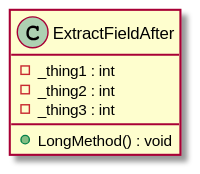
claremacrae/RefactoringSamples keeps this PlantUML diagram as uml/Extract/After/ExtractFieldAfter.svg. Above is the earlier version. The source it was exported from:
```plantuml
@startuml
class ExtractFieldAfter {
    - _thing1 : int
    - _thing2 : int
    - _thing3 : int
    + LongMethod() : void
}
@enduml
```
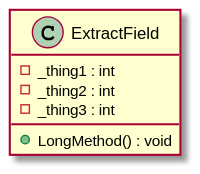
After the commit.

Commit message:
Remove Before and After suffix from ExtractField classes

What changed in the source:
```diff
@@ -1,5 +1,5 @@
 @startuml
-class ExtractFieldAfter {
+class ExtractField {
     - _thing1 : int
     - _thing2 : int
     - _thing3 : int
```
